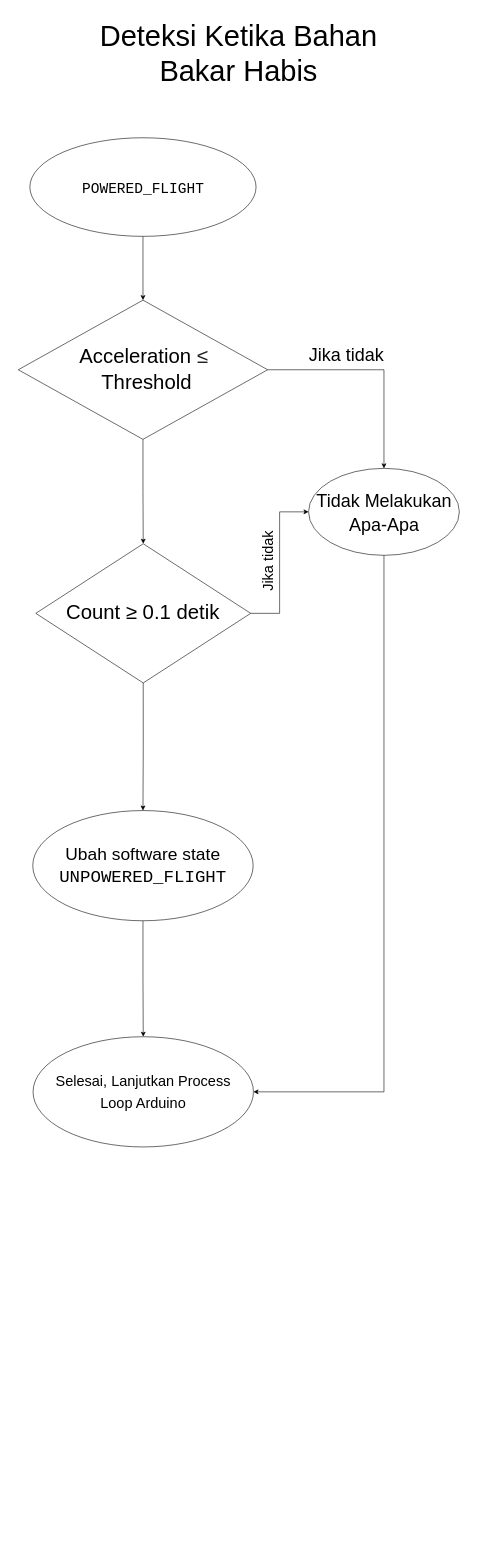
Earlier version of the draw.io diagram page "Burnout Detection" (6 of 9) of Mekanisme.drawio (reacto11mecha/draft-model-rocket). Source tidied: cells renumbered, new cells numbered last; positions are measured from the earlier drawing's top-left corner, leaving out a move shared by most shapes. Both pictures are drawn from the tidied source at 58%, with x=0, y=0 at pixel (18, 10).
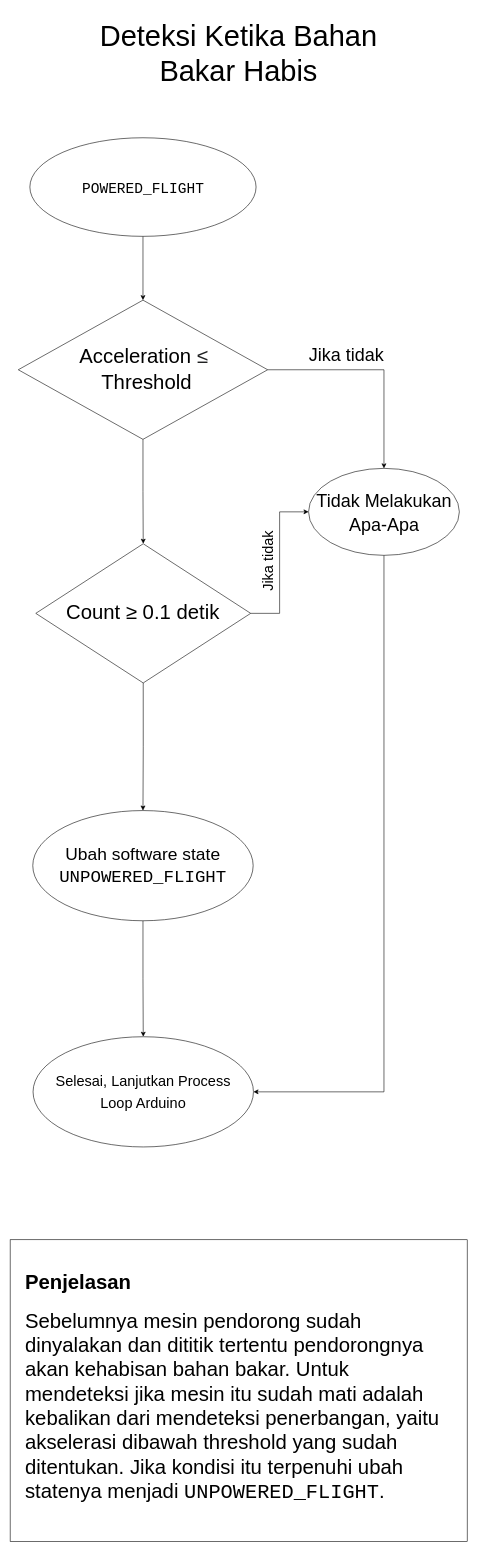
The same diagram, later.

Commit message (it also covers changes not shown here):
menambahkan penjelasan

Diff of the diagram source:
```diff
@@
+    <mxCell id="23" style="rounded=0;whiteSpace=wrap;html=1;" parent="1" vertex="1">
+      <mxGeometry x="-14" y="2120" width="788" height="520" as="geometry" />
+    </mxCell>
+    <mxCell id="24" value="&lt;h1 style=&quot;font-size: 35px&quot;&gt;&lt;font style=&quot;font-size: 35px&quot;&gt;Penjelasan&lt;/font&gt;&lt;/h1&gt;&lt;div&gt;&lt;font style=&quot;font-size: 35px&quot;&gt;Sebelumnya mesin pendorong sudah dinyalakan dan dititik tertentu pendorongnya akan kehabisan bahan bakar. Untuk mendeteksi jika mesin itu sudah mati adalah kebalikan dari mendeteksi penerbangan, yaitu akselerasi dibawah threshold yang sudah ditentukan. Jika kondisi itu terpenuhi ubah statenya menjadi &lt;font face=&quot;Courier New&quot;&gt;UNPOWERED_FLIGHT&lt;/font&gt;.&lt;/font&gt;&lt;/div&gt;" style="text;html=1;strokeColor=none;fillColor=none;spacing=5;spacingTop=-20;whiteSpace=wrap;overflow=hidden;rounded=0;align=left;" parent="1" vertex="1">
+      <mxGeometry x="7.2" y="2160" width="745" height="440" as="geometry" />
+    </mxCell>
```
